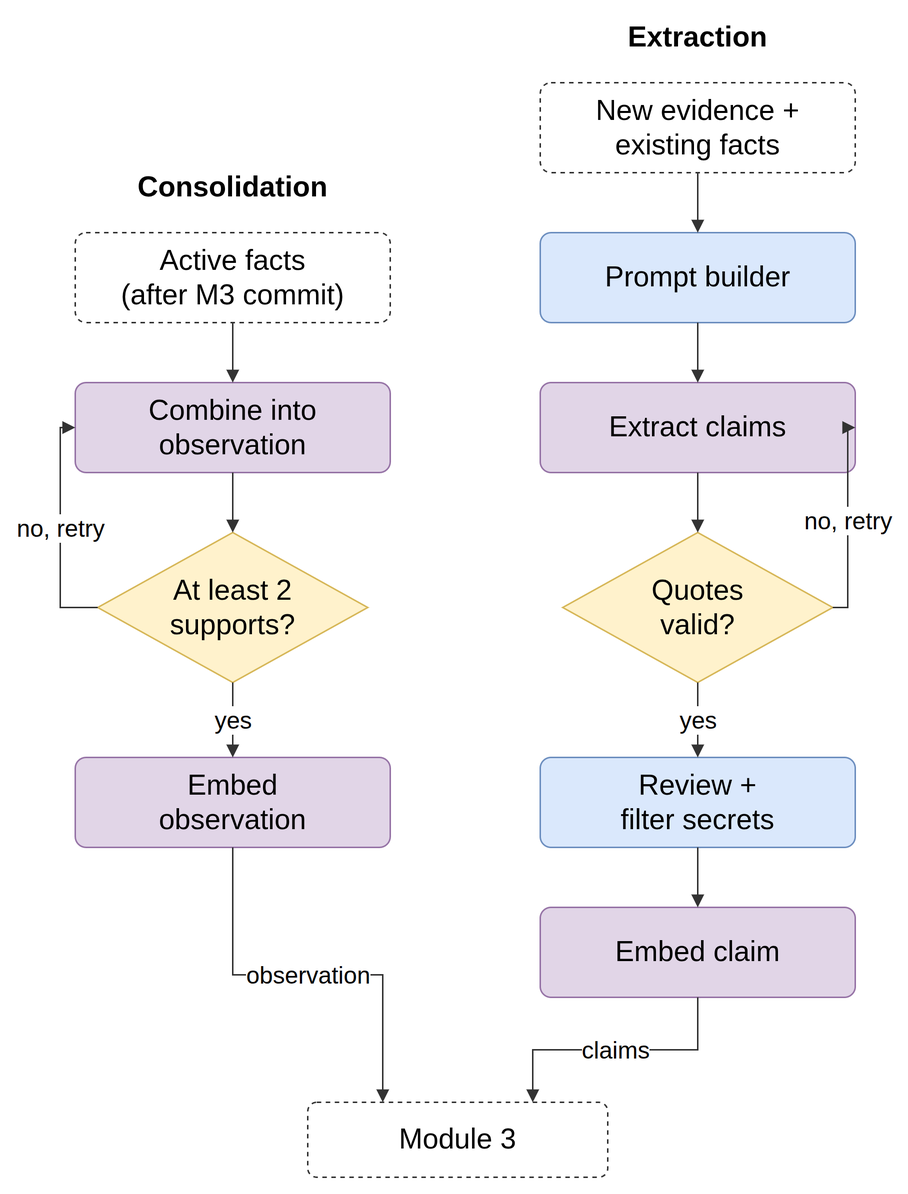
This is report/diagrams/module-2-knowledge-extraction.drawio.png from aryaniyaps/sdp-2026, a draw.io export, as it was before one commit. Source tidied: cells renumbered, new cells last; positions are measured from the earlier drawing's top-left corner, leaving out a move shared by most shapes.
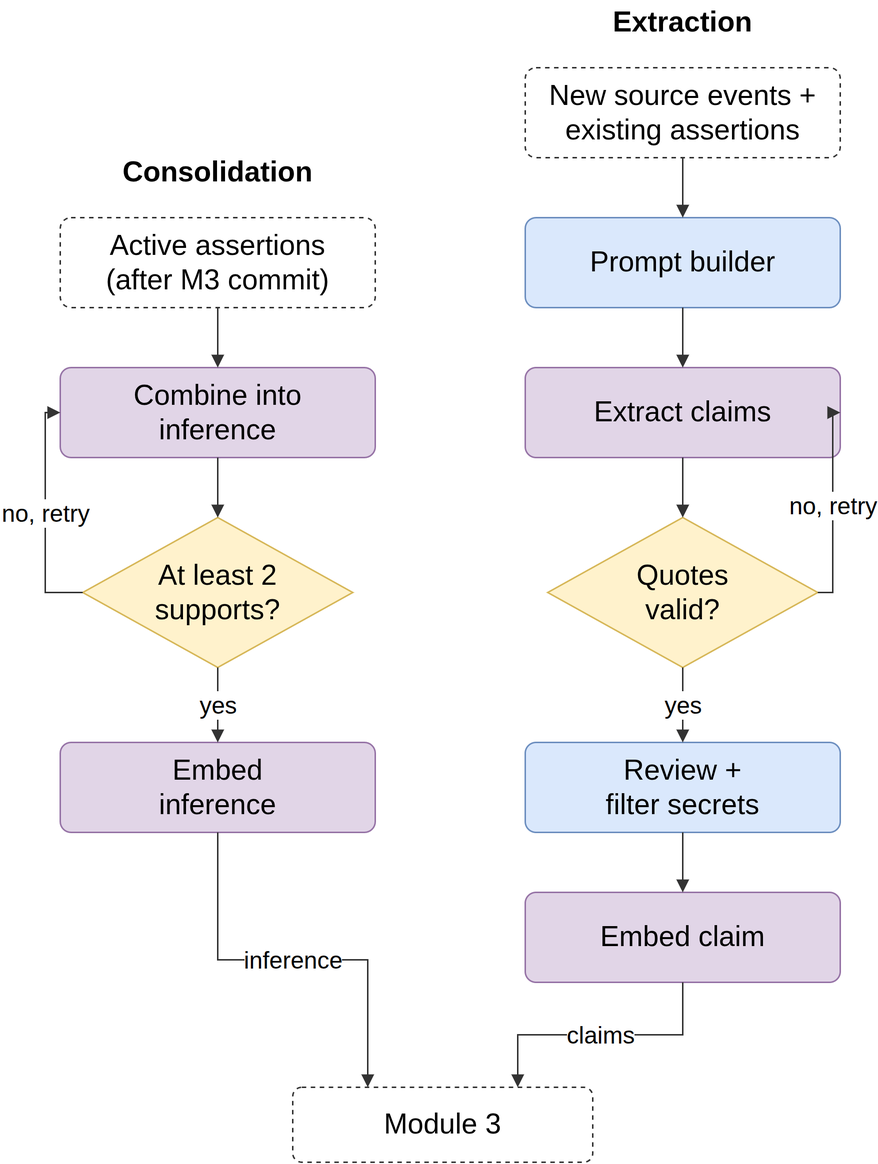
After the change.

Diff of the diagram source:
```diff
@@ -2,7 +2,7 @@
   <root>
     <mxCell id="0" />
     <mxCell id="1" parent="0" />
-    <mxCell id="2" value="New evidence +&lt;br&gt;existing facts" style="rounded=1;arcSize=12;dashed=1;fillColor=#ffffff;strokeColor=#333333;fontSize=19;fontFamily=Helvetica;whiteSpace=wrap;html=1;" parent="1" vertex="1">
+    <mxCell id="2" value="New source events +&lt;br&gt;existing assertions" style="rounded=1;arcSize=12;dashed=1;fillColor=#ffffff;strokeColor=#333333;fontSize=19;fontFamily=Helvetica;whiteSpace=wrap;html=1;" parent="1" vertex="1">
       <mxGeometry x="310" y="45" width="210" height="60" as="geometry" />
     </mxCell>
     <mxCell id="3" value="Prompt builder" style="rounded=1;arcSize=12;fillColor=#dae8fc;strokeColor=#6c8ebf;fontSize=19;fontFamily=Helvetica;whiteSpace=wrap;html=1;" parent="1" vertex="1">
@@ -20,16 +20,16 @@
     <mxCell id="7" value="Embed claim" style="rounded=1;arcSize=12;fillColor=#e1d5e7;strokeColor=#9673a6;fontSize=19;fontFamily=Helvetica;whiteSpace=wrap;html=1;" parent="1" vertex="1">
       <mxGeometry x="310" y="595" width="210" height="60" as="geometry" />
     </mxCell>
-    <mxCell id="8" value="Active facts&lt;br&gt;(after M3 commit)" style="rounded=1;arcSize=12;dashed=1;fillColor=#ffffff;strokeColor=#333333;fontSize=19;fontFamily=Helvetica;whiteSpace=wrap;html=1;" parent="1" vertex="1">
+    <mxCell id="8" value="Active assertions&lt;br&gt;(after M3 commit)" style="rounded=1;arcSize=12;dashed=1;fillColor=#ffffff;strokeColor=#333333;fontSize=19;fontFamily=Helvetica;whiteSpace=wrap;html=1;" parent="1" vertex="1">
       <mxGeometry y="145" width="210" height="60" as="geometry" />
     </mxCell>
-    <mxCell id="9" value="Combine into&lt;br&gt;observation" style="rounded=1;arcSize=12;fillColor=#e1d5e7;strokeColor=#9673a6;fontSize=19;fontFamily=Helvetica;whiteSpace=wrap;html=1;" parent="1" vertex="1">
+    <mxCell id="9" value="Combine into&lt;br&gt;inference" style="rounded=1;arcSize=12;fillColor=#e1d5e7;strokeColor=#9673a6;fontSize=19;fontFamily=Helvetica;whiteSpace=wrap;html=1;" parent="1" vertex="1">
       <mxGeometry y="245" width="210" height="60" as="geometry" />
     </mxCell>
     <mxCell id="10" value="At least 2&lt;br&gt;supports?" style="rhombus;fillColor=#fff2cc;strokeColor=#d6b656;fontSize=19;fontFamily=Helvetica;whiteSpace=wrap;html=1;" parent="1" vertex="1">
       <mxGeometry x="15" y="345" width="180" height="100" as="geometry" />
     </mxCell>
-    <mxCell id="11" value="Embed&lt;br&gt;observation" style="rounded=1;arcSize=12;fillColor=#e1d5e7;strokeColor=#9673a6;fontSize=19;fontFamily=Helvetica;whiteSpace=wrap;html=1;" parent="1" vertex="1">
+    <mxCell id="11" value="Embed&lt;br&gt;inference" style="rounded=1;arcSize=12;fillColor=#e1d5e7;strokeColor=#9673a6;fontSize=19;fontFamily=Helvetica;whiteSpace=wrap;html=1;" parent="1" vertex="1">
       <mxGeometry y="495" width="210" height="60" as="geometry" />
     </mxCell>
     <mxCell id="12" value="Module 3" style="rounded=1;arcSize=12;dashed=1;fillColor=#ffffff;strokeColor=#333333;fontSize=19;fontFamily=Helvetica;whiteSpace=wrap;html=1;" parent="1" vertex="1">
@@ -74,7 +74,7 @@
     <mxCell id="25" value="no, retry" style="edgeStyle=orthogonalEdgeStyle;rounded=0;html=1;endArrow=block;endFill=1;strokeColor=#333333;fontSize=16;labelBackgroundColor=#ffffff;exitX=0;exitY=0.5;entryX=0;entryY=0.5;" parent="1" edge="1" source="10" target="9">
       <mxGeometry relative="1" as="geometry" />
     </mxCell>
-    <mxCell id="26" value="observation" style="edgeStyle=orthogonalEdgeStyle;rounded=0;html=1;endArrow=block;endFill=1;strokeColor=#333333;fontSize=16;labelBackgroundColor=#ffffff;exitX=0.5;exitY=1;entryX=0.25;entryY=0;" parent="1" edge="1" source="11" target="12">
+    <mxCell id="26" value="inference" style="edgeStyle=orthogonalEdgeStyle;rounded=0;html=1;endArrow=block;endFill=1;strokeColor=#333333;fontSize=16;labelBackgroundColor=#ffffff;exitX=0.5;exitY=1;entryX=0.25;entryY=0;" parent="1" edge="1" source="11" target="12">
       <mxGeometry relative="1" as="geometry" />
     </mxCell>
   </root>
```
